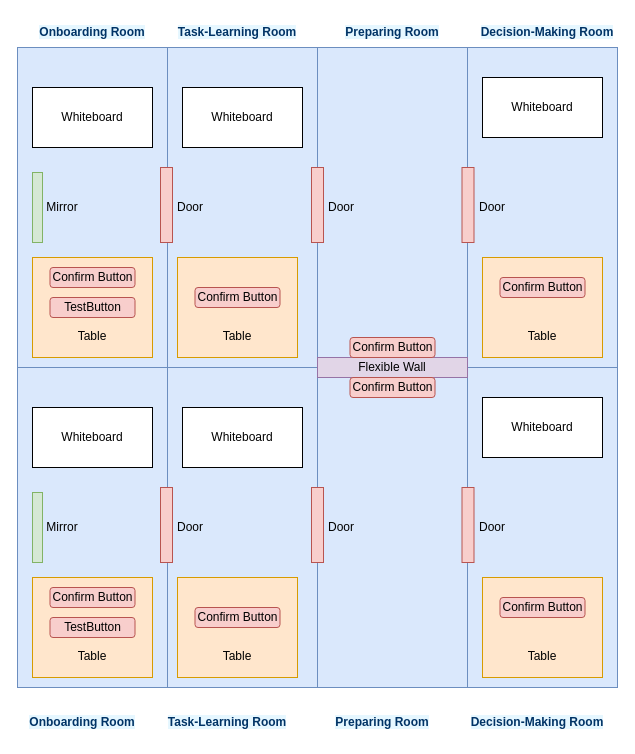
The draw.io diagram EER.drawio in Hankant/-, before the edit. Source tidied: cells renumbered, new cells numbered last; positions are measured from the earlier drawing's top-left corner, leaving out a move shared by most shapes. Both pictures are drawn from the tidied source at 100%, with x=0, y=0 at pixel (17, 17).
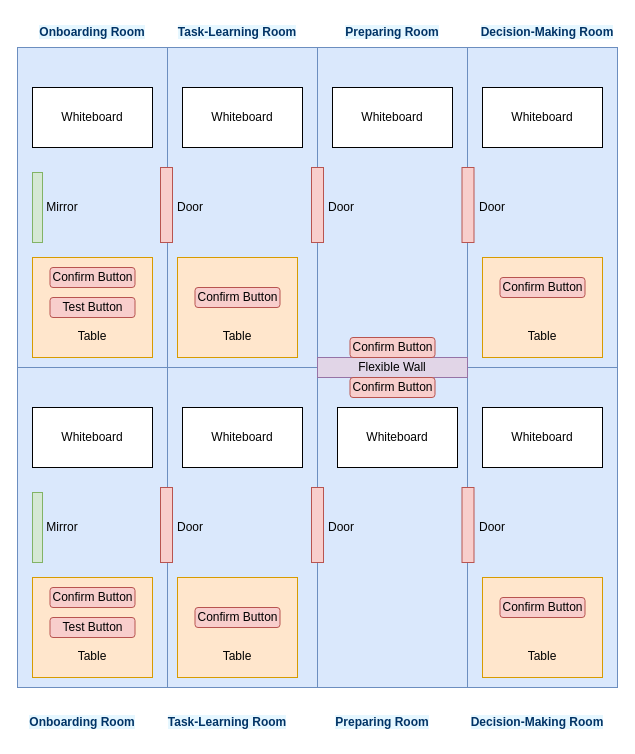
Above is the later version.

Change to the diagram source:
```diff
@@
-    <mxCell id="17" value="TestButton" style="rounded=1;whiteSpace=wrap;html=1;fillColor=#f8cecc;strokeColor=#b85450;" parent="1" vertex="1">
+    <mxCell id="17" value="Test Button" style="rounded=1;whiteSpace=wrap;html=1;fillColor=#f8cecc;strokeColor=#b85450;" parent="1" vertex="1">
       <mxGeometry x="32.5" y="280" width="85" height="20" as="geometry" />
     </mxCell>
@@
     <mxCell id="21" value="Whiteboard" style="rounded=0;whiteSpace=wrap;html=1;" parent="1" vertex="1">
-      <mxGeometry x="465" y="60" width="120" height="60" as="geometry" />
+      <mxGeometry x="465" y="70" width="120" height="60" as="geometry" />
     </mxCell>
@@
-    <mxCell id="43" value="TestButton" style="rounded=1;whiteSpace=wrap;html=1;fillColor=#f8cecc;strokeColor=#b85450;" parent="1" vertex="1">
+    <mxCell id="43" value="Test Button" style="rounded=1;whiteSpace=wrap;html=1;fillColor=#f8cecc;strokeColor=#b85450;" parent="1" vertex="1">
       <mxGeometry x="32.5" y="600" width="85" height="20" as="geometry" />
     </mxCell>
@@
     <mxCell id="47" value="Whiteboard" style="rounded=0;whiteSpace=wrap;html=1;" parent="1" vertex="1">
-      <mxGeometry x="465" y="380" width="120" height="60" as="geometry" />
+      <mxGeometry x="465" y="390" width="120" height="60" as="geometry" />
     </mxCell>
@@
+    <mxCell id="57" value="Whiteboard" style="rounded=0;whiteSpace=wrap;html=1;" parent="1" vertex="1">
+      <mxGeometry x="320" y="390" width="120" height="60" as="geometry" />
+    </mxCell>
+    <mxCell id="58" value="Whiteboard" style="rounded=0;whiteSpace=wrap;html=1;" parent="1" vertex="1">
+      <mxGeometry x="315" y="70" width="120" height="60" as="geometry" />
+    </mxCell>
```
